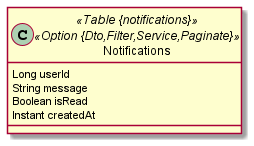
The PlantUML diagram infra/db/jdl/notification_db.png in shegga9x/AppF4, before a commit. Its diagram source:
```plantuml
@startuml
	!pragma syntax class
	class Notifications <<Table {notifications}>><<Option {Dto,Filter,Service,Paginate}>> {
		Long userId
		String message
		Boolean isRead
		Instant createdAt
	}
@enduml
```
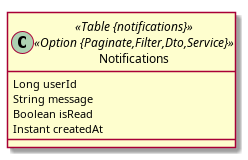
Later version of the same file.

The edit, as a diff of the source:
```diff
@@ -1,6 +1,7 @@
 @startuml
+	!pragma layout smetana
 	!pragma syntax class
-	class Notifications <<Table {notifications}>><<Option {Dto,Filter,Service,Paginate}>> {
+	class Notifications <<Table {notifications}>><<Option {Paginate,Filter,Dto,Service}>> {
 		Long userId
 		String message
 		Boolean isRead
```
